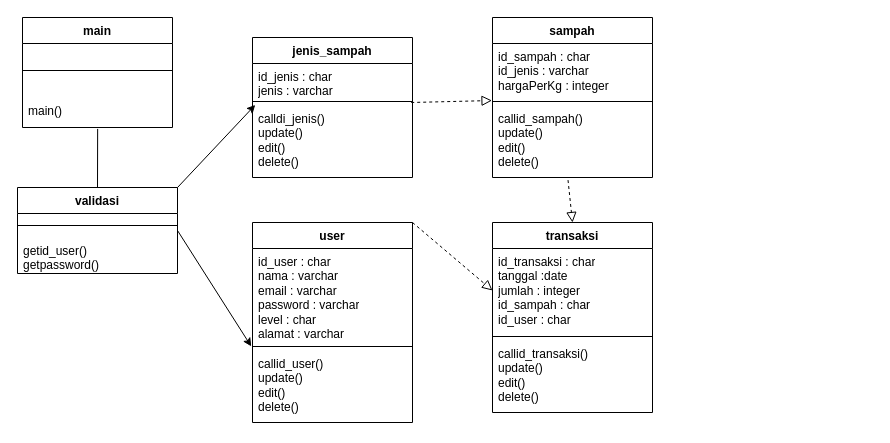
Before: page "class diagram" (2 of 23) of Untitled Diagram.drawio in dreamergirl01/uml_bankSampah, a draw.io diagram. Source tidied: cells renumbered, new cells numbered last; positions are measured from the earlier drawing's top-left corner, leaving out a move shared by most shapes. Both pictures are drawn from the tidied source at 100%, with x=0, y=0 at pixel (17, 17).
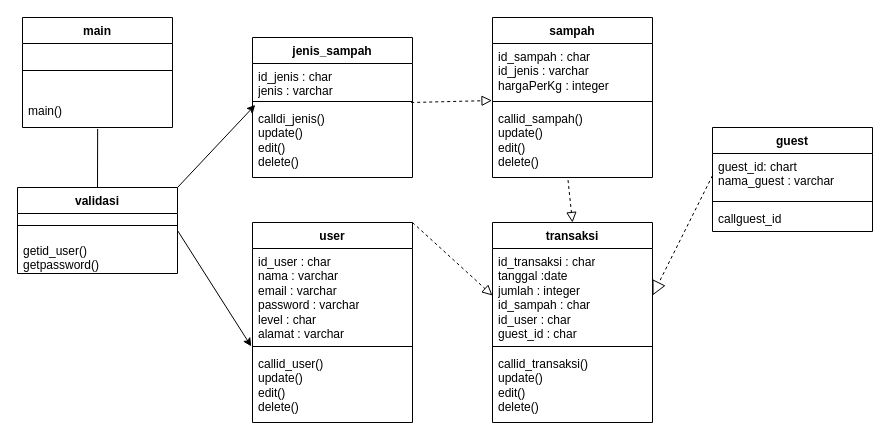
Above is the later version.

The edit, as a diff of the source:
```diff
@@
     <mxCell id="19" value="transaksi" style="swimlane;fontStyle=1;align=center;verticalAlign=top;horizontal=1;startSize=26;whiteSpace=wrap;html=1;" parent="1" vertex="1">
-      <mxGeometry x="475" y="205" width="160" height="190" as="geometry" />
+      <mxGeometry x="475" y="205" width="160" height="200" as="geometry" />
     </mxCell>
-    <mxCell id="20" value="id_transaksi : char&lt;div&gt;tanggal :date&lt;/div&gt;&lt;div&gt;jumlah : integer&lt;/div&gt;&lt;div&gt;id_sampah : char&lt;/div&gt;&lt;div&gt;id_user : char&lt;/div&gt;" style="text;strokeColor=none;fillColor=none;align=left;verticalAlign=top;spacingLeft=4;spacingRight=4;overflow=hidden;points=[[0,0.5],[1,0.5]];portConstraint=eastwest;whiteSpace=wrap;html=1;" parent="19" vertex="1">
-      <mxGeometry y="26" width="160" height="84" as="geometry" />
+    <mxCell id="20" value="id_transaksi : char&lt;div&gt;tanggal :date&lt;/div&gt;&lt;div&gt;jumlah : integer&lt;/div&gt;&lt;div&gt;id_sampah : char&lt;/div&gt;&lt;div&gt;id_user : char&lt;/div&gt;&lt;div&gt;guest_id : char&lt;/div&gt;" style="text;strokeColor=none;fillColor=none;align=left;verticalAlign=top;spacingLeft=4;spacingRight=4;overflow=hidden;points=[[0,0.5],[1,0.5]];portConstraint=eastwest;whiteSpace=wrap;html=1;" parent="19" vertex="1">
+      <mxGeometry y="26" width="160" height="94" as="geometry" />
     </mxCell>
     <mxCell id="21" style="line;strokeWidth=1;fillColor=none;align=left;verticalAlign=middle;spacingTop=-1;spacingLeft=3;spacingRight=3;labelPosition=right;strokeColor=inherit;" parent="19" vertex="1">
-      <mxGeometry y="110" width="160" height="8" as="geometry" />
+      <mxGeometry y="120" width="160" height="8" as="geometry" />
     </mxCell>
     <mxCell id="22" value="callid_transaksi()&lt;div&gt;update()&lt;/div&gt;&lt;div&gt;edit()&lt;/div&gt;&lt;div&gt;delete()&lt;/div&gt;" style="text;strokeColor=none;fillColor=none;align=left;verticalAlign=top;spacingLeft=4;spacingRight=4;overflow=hidden;whiteSpace=wrap;html=1;" parent="19" vertex="1">
-      <mxGeometry y="118" width="160" height="72" as="geometry" />
+      <mxGeometry y="128" width="160" height="72" as="geometry" />
     </mxCell>
@@
+    <mxCell id="30" value="guest" style="swimlane;fontStyle=1;align=center;verticalAlign=top;horizontal=1;startSize=26;whiteSpace=wrap;html=1;" parent="1" vertex="1">
+      <mxGeometry x="695" y="110" width="160" height="104" as="geometry" />
+    </mxCell>
+    <mxCell id="31" value="guest_id: chart&lt;div&gt;nama_guest : varchar&lt;/div&gt;" style="text;strokeColor=none;fillColor=none;align=left;verticalAlign=top;spacingLeft=4;spacingRight=4;overflow=hidden;points=[[0,0.5],[1,0.5]];portConstraint=eastwest;whiteSpace=wrap;html=1;" parent="30" vertex="1">
+      <mxGeometry y="26" width="160" height="44" as="geometry" />
+    </mxCell>
+    <mxCell id="32" style="line;strokeWidth=1;fillColor=none;align=left;verticalAlign=middle;spacingTop=-1;spacingLeft=3;spacingRight=3;labelPosition=right;strokeColor=inherit;" parent="30" vertex="1">
+      <mxGeometry y="70" width="160" height="8" as="geometry" />
+    </mxCell>
+    <mxCell id="33" value="callguest_id" style="text;strokeColor=none;fillColor=none;align=left;verticalAlign=top;spacingLeft=4;spacingRight=4;overflow=hidden;whiteSpace=wrap;html=1;" parent="30" vertex="1">
+      <mxGeometry y="78" width="160" height="26" as="geometry" />
+    </mxCell>
+    <mxCell id="34" style="endArrow=block;dashed=1;endFill=0;endSize=12;html=1;rounded=0;entryX=1;entryY=0.5;entryDx=0;entryDy=0;exitX=0;exitY=0.5;exitDx=0;exitDy=0;" parent="1" edge="1" source="31" target="20">
+      <mxGeometry relative="1" as="geometry" />
+    </mxCell>
```
